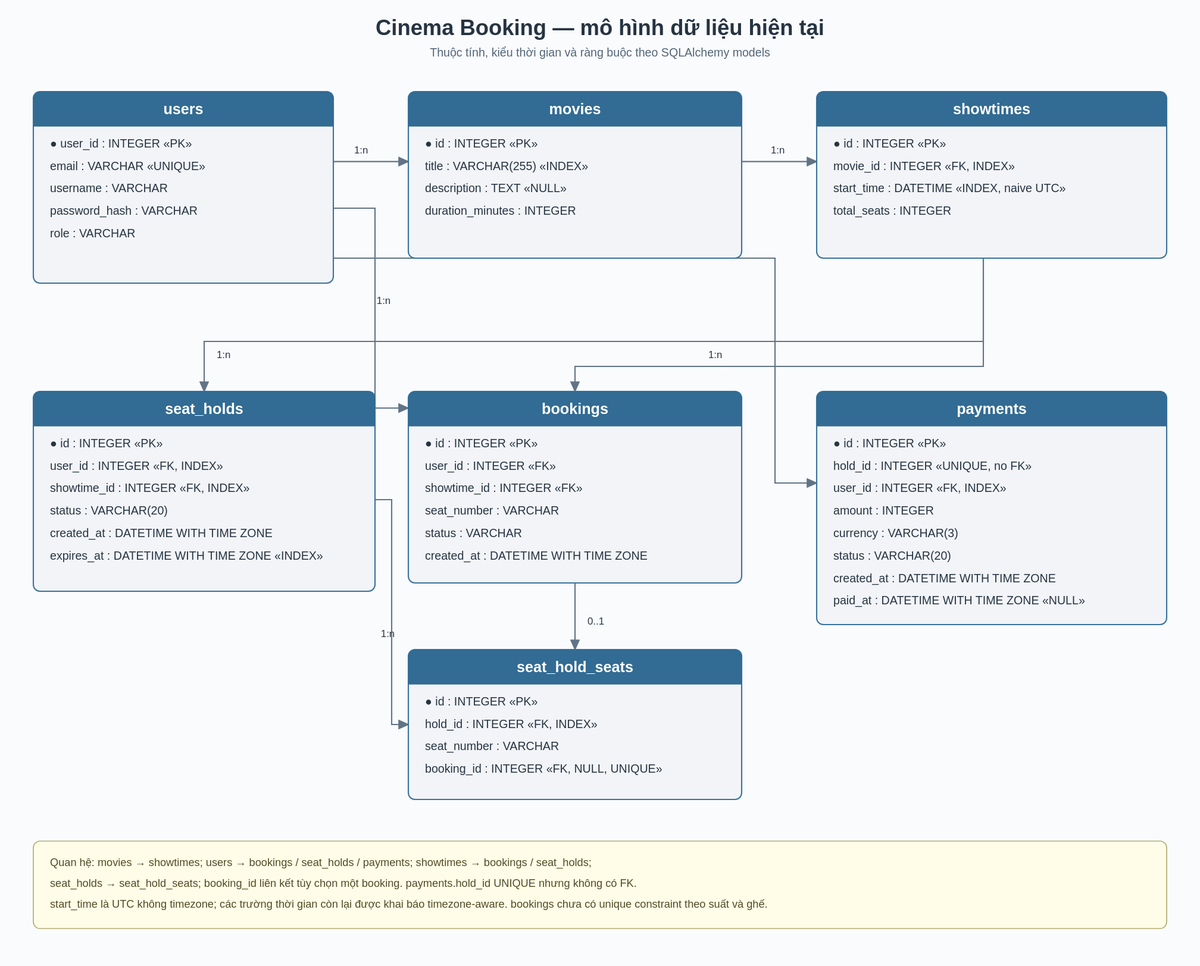
The PlantUML diagram docs/images/database.svg in tuanduy010806/Cinema-Booking, before a commit. Its source is kept beside it as docs/diagrams/database.puml.
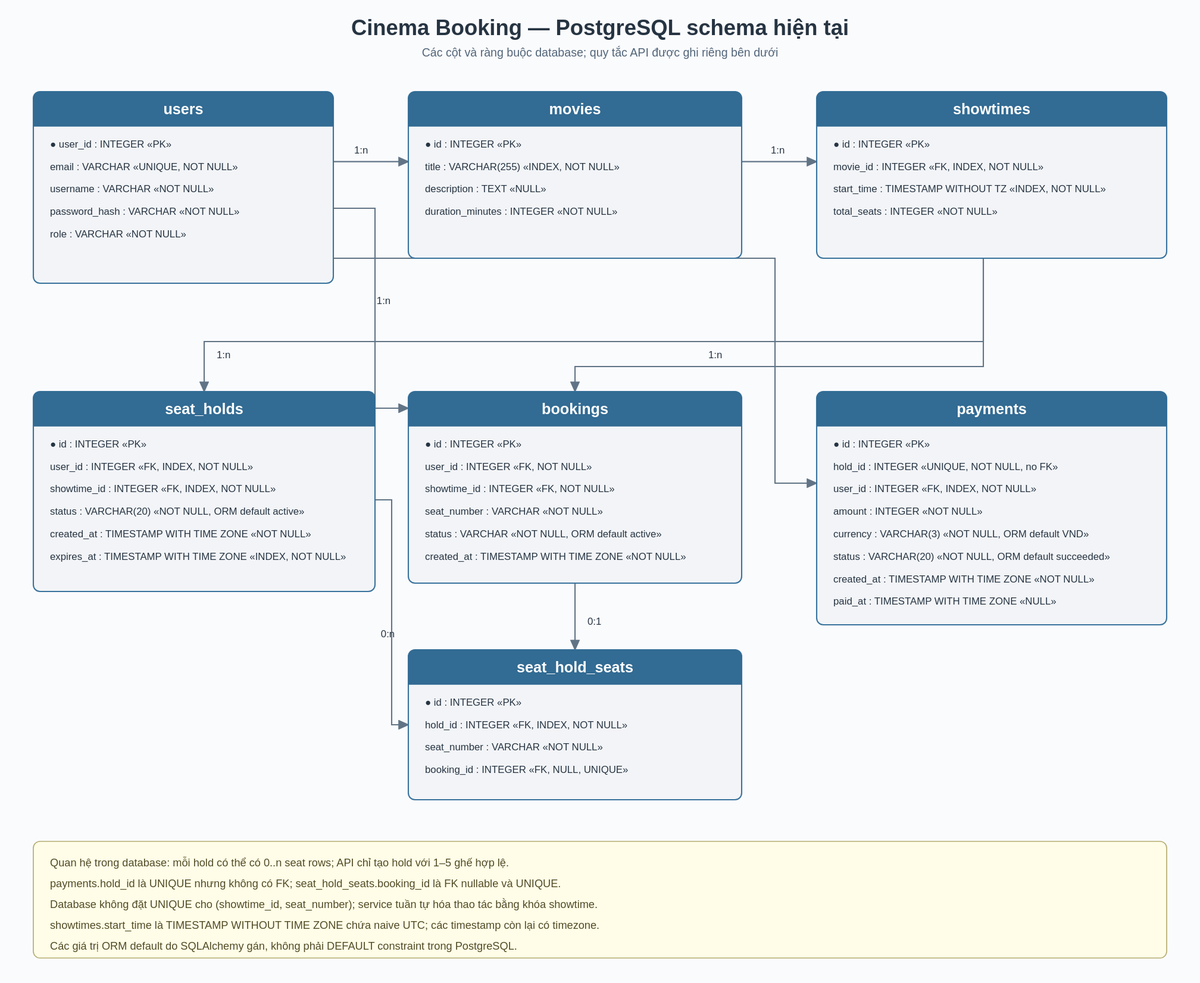
The same diagram one commit later.

Commit message:
Align diagrams and auth role check with current system

Diff of the diagram source:
```diff
@@ -1,5 +1,5 @@
 @startuml
-title Cinema Booking - Mo hinh du lieu hien tai
+title Cinema Booking - PostgreSQL schema hien tai
 hide circle
 skinparam backgroundColor #FAFBFD
 skinparam shadowing false
@@ -15,66 +15,66 @@
 entity "users" as users {
   * user_id : INTEGER <<PK>>
   --
-  email : VARCHAR <<UNIQUE>>
-  username : VARCHAR
-  password_hash : VARCHAR
-  role : VARCHAR
+  email : VARCHAR <<UNIQUE, NOT NULL>>
+  username : VARCHAR <<NOT NULL>>
+  password_hash : VARCHAR <<NOT NULL>>
+  role : VARCHAR <<NOT NULL>>
 }
 
 entity "movies" as movies {
   * id : INTEGER <<PK>>
   --
-  title : VARCHAR(255) <<INDEX>>
+  title : VARCHAR(255) <<INDEX, NOT NULL>>
   description : TEXT <<NULL>>
-  duration_minutes : INTEGER
+  duration_minutes : INTEGER <<NOT NULL>>
 }
 
 entity "showtimes" as showtimes {
   * id : INTEGER <<PK>>
   --
-  movie_id : INTEGER <<FK, INDEX>>
-  start_time : DATETIME <<INDEX, naive UTC>>
-  total_seats : INTEGER
+  movie_id : INTEGER <<FK, INDEX, NOT NULL>>
+  start_time : TIMESTAMP WITHOUT TIME ZONE <<INDEX, NOT NULL>>
+  total_seats : INTEGER <<NOT NULL>>
 }
 
 entity "bookings" as bookings {
   * id : INTEGER <<PK>>
   --
-  user_id : INTEGER <<FK>>
-  showtime_id : INTEGER <<FK>>
-  seat_number : VARCHAR
-  status : VARCHAR
-  created_at : DATETIME WITH TIME ZONE
+  user_id : INTEGER <<FK, NOT NULL>>
+  showtime_id : INTEGER <<FK, NOT NULL>>
+  seat_number : VARCHAR <<NOT NULL>>
+  status : VARCHAR <<NOT NULL, ORM default active>>
+  created_at : TIMESTAMP WITH TIME ZONE <<NOT NULL, ORM default UTC now>>
 }
 
 entity "seat_holds" as seat_holds {
   * id : INTEGER <<PK>>
   --
-  user_id : INTEGER <<FK, INDEX>>
-  showtime_id : INTEGER <<FK, INDEX>>
-  status : VARCHAR(20)
-  created_at : DATETIME WITH TIME ZONE
-  expires_at : DATETIME WITH TIME ZONE <<INDEX>>
+  user_id : INTEGER <<FK, INDEX, NOT NULL>>
+  showtime_id : INTEGER <<FK, INDEX, NOT NULL>>
+  status : VARCHAR(20) <<NOT NULL, ORM default active>>
+  created_at : TIMESTAMP WITH TIME ZONE <<NOT NULL>>
+  expires_at : TIMESTAMP WITH TIME ZONE <<INDEX, NOT NULL>>
 }
 
 entity "seat_hold_seats" as hold_seats {
   * id : INTEGER <<PK>>
   --
-  hold_id : INTEGER <<FK, INDEX>>
-  seat_number : VARCHAR
+  hold_id : INTEGER <<FK, INDEX, NOT NULL, ON DELETE CASCADE>>
+  seat_number : VARCHAR <<NOT NULL>>
   booking_id : INTEGER <<FK, NULL, UNIQUE>>
 }
 
 entity "payments" as payments {
   * id : INTEGER <<PK>>
   --
-  hold_id : INTEGER <<UNIQUE, no FK>>
-  user_id : INTEGER <<FK, INDEX>>
-  amount : INTEGER
-  currency : VARCHAR(3)
-  status : VARCHAR(20)
-  created_at : DATETIME WITH TIME ZONE
-  paid_at : DATETIME WITH TIME ZONE <<NULL>>
+  hold_id : INTEGER <<UNIQUE, NOT NULL, no FK>>
+  user_id : INTEGER <<FK, INDEX, NOT NULL>>
+  amount : INTEGER <<NOT NULL>>
+  currency : VARCHAR(3) <<NOT NULL, ORM default VND>>
+  status : VARCHAR(20) <<NOT NULL, ORM default succeeded>>
+  created_at : TIMESTAMP WITH TIME ZONE <<NOT NULL>>
+  paid_at : TIMESTAMP WITH TIME ZONE <<NULL>>
 }
 
 movies ||--o{ showtimes : has
@@ -82,23 +82,32 @@
 showtimes ||--o{ bookings : booked for
 users ||--o{ seat_holds : creates
 showtimes ||--o{ seat_holds : held for
-seat_holds ||--|{ hold_seats : contains
+seat_holds ||--o{ hold_seats : contains
 bookings o|--o| hold_seats : linked booking
 users ||--o{ payments : pays
 
-note right of payments
-  hold_id has a UNIQUE constraint in the model,
-  but is not a foreign key to seat_holds.id.
+note right of seat_holds
+  The database permits zero seat rows for a hold.
+  The API requires 1-5 distinct positive seat numbers.
+end note
+
+note right of users
+  Values marked ORM default are supplied by
+  SQLAlchemy; they are not server-side defaults.
+end note
+
+note bottom of payments
+  hold_id is unique, but is not a foreign key to seat_holds.id.
 end note
 
 note bottom of bookings
-  There is no UNIQUE constraint on
-  (showtime_id, seat_number). Seat contention is
-  serialized by locking the showtime row in services.
+  No unique database constraint exists on
+  (showtime_id, seat_number), including active bookings.
+  Application services serialize writes by locking showtimes.
 end note
 
 note bottom of showtimes
-  start_time uses PostgreSQL DATETIME without timezone.
-  The application stores and returns naive UTC.
+  start_time is TIMESTAMP WITHOUT TIME ZONE and the
+  application stores/returns its value as naive UTC.
 end note
 @enduml
```
